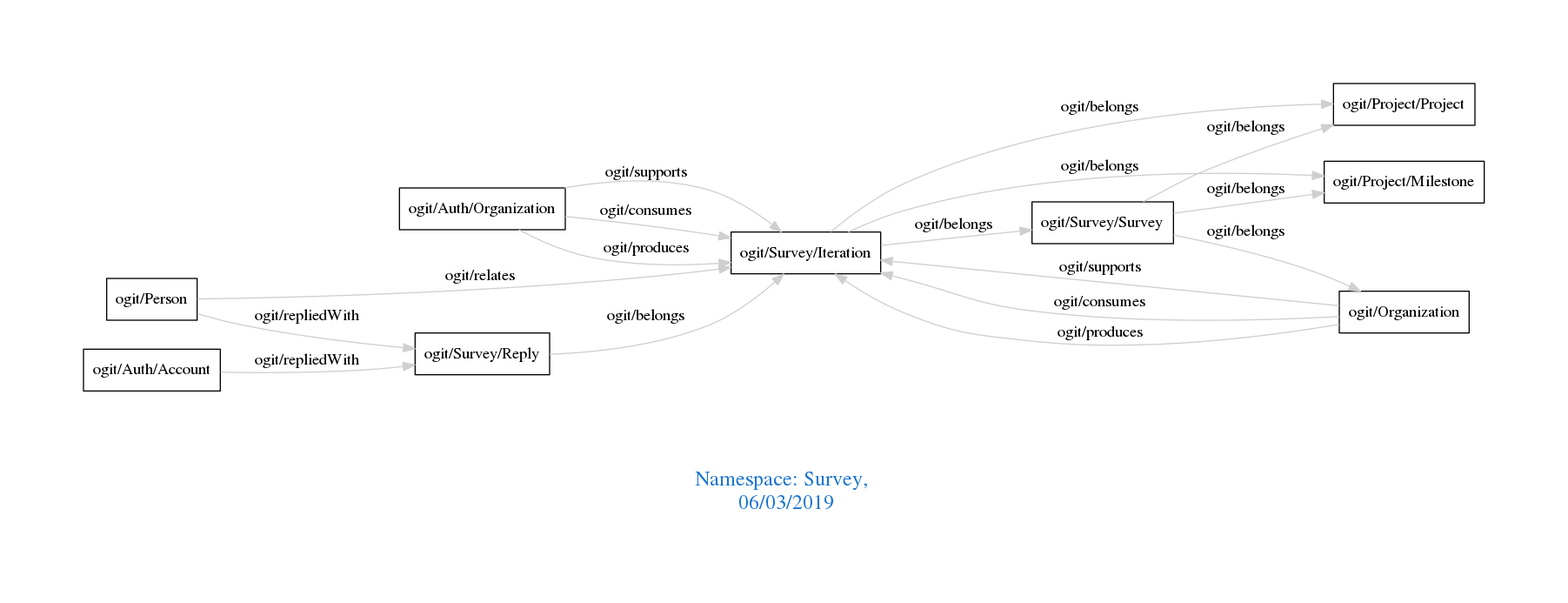
The Graphviz diagram downloads/Survey.png in arago/OGIT, before a commit. Its source is kept beside it as downloads/Survey.dot.
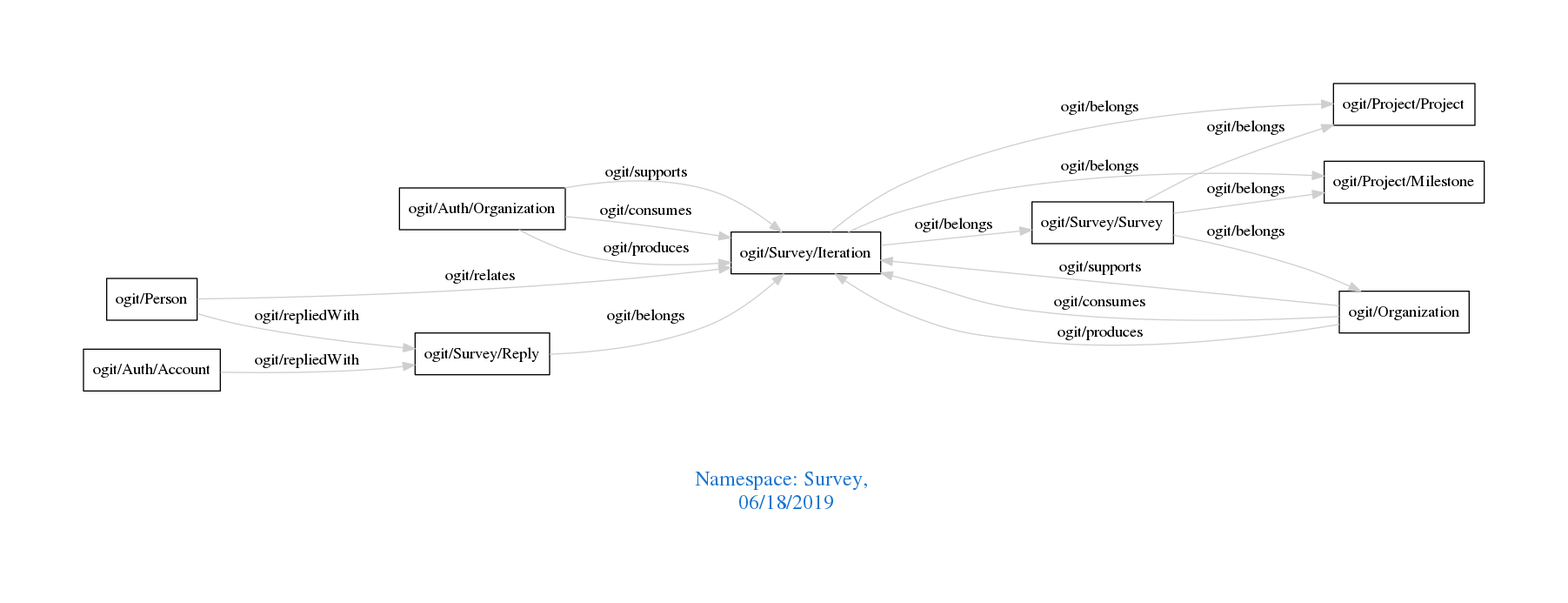
After the change.

Diff of the diagram source:
```diff
@@ -1,7 +1,7 @@
 digraph OGIT_ontology {
  graph [ rankdir= LR,pad=1
 fontsize = 18,
-fontcolor= dodgerblue3,label = "\n\n\nNamespace: Survey, \n 06/03/2019"];
+fontcolor= dodgerblue3,label = "\n\n\nNamespace: Survey, \n 06/18/2019"];
 node[shape=polygon];
 edge [  color="gray81"];
 
```
